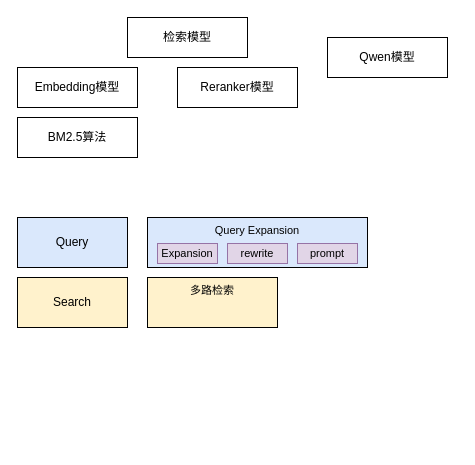
Earlier version of the draw.io diagram RAG.drawio (limpid-11/drawio). Source tidied: cells renumbered, new cells numbered last; positions are measured from the earlier drawing's top-left corner, leaving out a move shared by most shapes. Both pictures are drawn from the tidied source at 100%, with x=0, y=0 at pixel (17, 17).
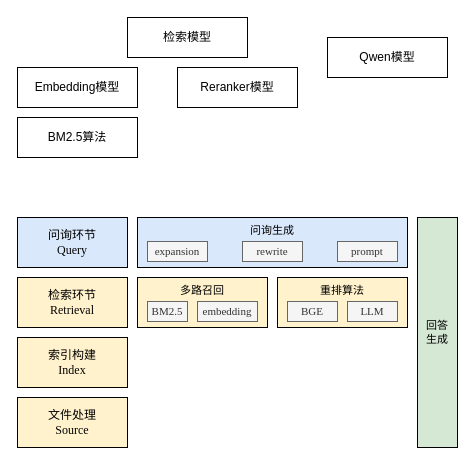
After the change.

The edit, as a diff of the source:
```diff
@@
-    <mxCell id="7" value="Query" style="rounded=0;whiteSpace=wrap;html=1;fillColor=#dae8fc;strokeColor=#000000;" parent="1" vertex="1">
+    <mxCell id="7" value="&lt;div&gt;&lt;font face=&quot;宋体&quot;&gt;问询环节&lt;/font&gt;&lt;/div&gt;Query" style="rounded=0;whiteSpace=wrap;html=1;fillColor=#dae8fc;strokeColor=#000000;fontFamily=Times New Roman;" parent="1" vertex="1">
       <mxGeometry y="200" width="110" height="50" as="geometry" />
     </mxCell>
-    <mxCell id="8" value="Query Expansion&lt;div style=&quot;font-size: 11px;&quot;&gt;&lt;br style=&quot;font-size: 11px;&quot;&gt;&lt;/div&gt;" style="rounded=0;whiteSpace=wrap;html=1;fillColor=#dae8fc;strokeColor=#000000;verticalAlign=top;fontSize=11;" parent="1" vertex="1">
-      <mxGeometry x="130" y="200" width="220" height="50" as="geometry" />
+    <mxCell id="8" value="&lt;div style=&quot;font-size: 11px;&quot;&gt;&lt;font face=&quot;宋体&quot;&gt;问询生成&lt;/font&gt;&lt;/div&gt;" style="rounded=0;whiteSpace=wrap;html=1;fillColor=#dae8fc;strokeColor=#000000;verticalAlign=top;fontSize=11;fontFamily=Times New Roman;" parent="1" vertex="1">
+      <mxGeometry x="120" y="200" width="270" height="50" as="geometry" />
     </mxCell>
-    <mxCell id="9" value="&lt;span style=&quot;font-size: 11px;&quot;&gt;Expansion&lt;/span&gt;" style="rounded=0;whiteSpace=wrap;html=1;fillColor=#e1d5e7;strokeColor=#9673A6;verticalAlign=middle;" parent="1" vertex="1">
-      <mxGeometry x="140" y="226" width="60" height="20" as="geometry" />
+    <mxCell id="9" value="&lt;span style=&quot;font-size: 11px;&quot;&gt;expansion&lt;/span&gt;" style="rounded=0;whiteSpace=wrap;html=1;verticalAlign=middle;fontFamily=Times New Roman;fillColor=#f5f5f5;strokeColor=#666666;strokeWidth=1;fontColor=#333333;" parent="1" vertex="1">
+      <mxGeometry x="130" y="224" width="60" height="20" as="geometry" />
     </mxCell>
-    <mxCell id="10" value="&lt;span style=&quot;font-size: 11px;&quot;&gt;rewrite&lt;/span&gt;" style="rounded=0;whiteSpace=wrap;html=1;fillColor=#e1d5e7;strokeColor=#9673A6;verticalAlign=middle;" parent="1" vertex="1">
-      <mxGeometry x="210" y="226" width="60" height="20" as="geometry" />
+    <mxCell id="10" value="&lt;span style=&quot;font-size: 11px;&quot;&gt;rewrite&lt;/span&gt;" style="rounded=0;whiteSpace=wrap;html=1;verticalAlign=middle;fontFamily=Times New Roman;fillColor=#f5f5f5;strokeColor=#666666;strokeWidth=1;fontColor=#333333;" parent="1" vertex="1">
+      <mxGeometry x="225" y="224" width="60" height="20" as="geometry" />
     </mxCell>
-    <mxCell id="11" value="&lt;span style=&quot;font-size: 11px;&quot;&gt;prompt&lt;/span&gt;" style="rounded=0;whiteSpace=wrap;html=1;fillColor=#e1d5e7;strokeColor=#9673A6;verticalAlign=middle;" parent="1" vertex="1">
-      <mxGeometry x="280" y="226" width="60" height="20" as="geometry" />
+    <mxCell id="11" value="&lt;span style=&quot;font-size: 11px;&quot;&gt;prompt&lt;/span&gt;" style="rounded=0;whiteSpace=wrap;html=1;verticalAlign=middle;fontFamily=Times New Roman;fillColor=#f5f5f5;strokeColor=#666666;strokeWidth=1;fontColor=#333333;" parent="1" vertex="1">
+      <mxGeometry x="320" y="224" width="60" height="20" as="geometry" />
     </mxCell>
-    <mxCell id="12" value="Search" style="rounded=0;whiteSpace=wrap;html=1;fillColor=#fff2cc;strokeColor=#000000;" parent="1" vertex="1">
+    <mxCell id="12" value="&lt;div&gt;&lt;font face=&quot;宋体&quot;&gt;检索环节&lt;/font&gt;&lt;/div&gt;Retrieval" style="rounded=0;whiteSpace=wrap;html=1;fillColor=#fff2cc;strokeColor=#000000;fontFamily=Times New Roman;" parent="1" vertex="1">
       <mxGeometry y="260" width="110" height="50" as="geometry" />
     </mxCell>
-    <mxCell id="13" value="&lt;div style=&quot;font-size: 11px;&quot;&gt;多路检索&lt;/div&gt;" style="rounded=0;whiteSpace=wrap;html=1;fillColor=#fff2cc;strokeColor=#000000;verticalAlign=top;fontSize=11;" parent="1" vertex="1">
-      <mxGeometry x="130" y="260" width="130" height="50" as="geometry" />
+    <mxCell id="13" value="&lt;div style=&quot;font-size: 11px;&quot;&gt;多路召回&lt;/div&gt;" style="rounded=0;whiteSpace=wrap;html=1;fillColor=#fff2cc;strokeColor=#000000;verticalAlign=top;fontSize=11;fontFamily=宋体;" parent="1" vertex="1">
+      <mxGeometry x="120" y="260" width="130" height="50" as="geometry" />
     </mxCell>
+    <mxCell id="14" value="&lt;span style=&quot;font-size: 11px;&quot;&gt;BM2.5&lt;/span&gt;" style="rounded=0;whiteSpace=wrap;html=1;verticalAlign=middle;fontFamily=Times New Roman;fillColor=#f5f5f5;strokeColor=#666666;strokeWidth=1;fontColor=#333333;" parent="1" vertex="1">
+      <mxGeometry x="130" y="284" width="40" height="20" as="geometry" />
+    </mxCell>
+    <mxCell id="15" value="&lt;span style=&quot;font-size: 11px;&quot;&gt;embedding&lt;/span&gt;" style="rounded=0;whiteSpace=wrap;html=1;verticalAlign=middle;fontFamily=Times New Roman;fillColor=#f5f5f5;strokeColor=#666666;strokeWidth=1;fontColor=#333333;" parent="1" vertex="1">
+      <mxGeometry x="180" y="284" width="60" height="20" as="geometry" />
+    </mxCell>
+    <mxCell id="16" value="&lt;div style=&quot;font-size: 11px;&quot;&gt;重排算法&lt;/div&gt;" style="rounded=0;whiteSpace=wrap;html=1;fillColor=#fff2cc;strokeColor=#000000;verticalAlign=top;fontSize=11;fontFamily=宋体;" parent="1" vertex="1">
+      <mxGeometry x="260" y="260" width="130" height="50" as="geometry" />
+    </mxCell>
+    <mxCell id="17" value="&lt;div style=&quot;font-size: 11px;&quot;&gt;回答&lt;/div&gt;&lt;div style=&quot;font-size: 11px;&quot;&gt;生成&lt;/div&gt;" style="rounded=0;whiteSpace=wrap;html=1;fillColor=#d5e8d4;strokeColor=#000000;verticalAlign=middle;fontSize=11;fontFamily=宋体;" parent="1" vertex="1">
+      <mxGeometry x="400" y="200" width="40" height="230" as="geometry" />
+    </mxCell>
+    <mxCell id="18" value="&lt;span style=&quot;font-size: 11px;&quot;&gt;BGE&lt;/span&gt;" style="rounded=0;whiteSpace=wrap;html=1;verticalAlign=middle;fontFamily=Times New Roman;fillColor=#f5f5f5;strokeColor=#666666;strokeWidth=1;fontColor=#333333;" parent="1" vertex="1">
+      <mxGeometry x="270" y="284" width="50" height="20" as="geometry" />
+    </mxCell>
+    <mxCell id="19" value="&lt;span style=&quot;font-size: 11px;&quot;&gt;LLM&lt;/span&gt;" style="rounded=0;whiteSpace=wrap;html=1;verticalAlign=middle;fontFamily=Times New Roman;fillColor=#f5f5f5;strokeColor=#666666;strokeWidth=1;fontColor=#333333;" parent="1" vertex="1">
+      <mxGeometry x="330" y="284" width="50" height="20" as="geometry" />
+    </mxCell>
+    <mxCell id="20" value="&lt;div&gt;&lt;font face=&quot;宋体&quot;&gt;索引构建&lt;/font&gt;&lt;/div&gt;Index" style="rounded=0;whiteSpace=wrap;html=1;fillColor=#fff2cc;strokeColor=#000000;fontFamily=Times New Roman;" parent="1" vertex="1">
+      <mxGeometry y="320" width="110" height="50" as="geometry" />
+    </mxCell>
+    <mxCell id="21" value="&lt;div&gt;&lt;font face=&quot;宋体&quot;&gt;文件处理&lt;/font&gt;&lt;/div&gt;Source" style="rounded=0;whiteSpace=wrap;html=1;fillColor=#fff2cc;strokeColor=#000000;fontFamily=Times New Roman;" parent="1" vertex="1">
+      <mxGeometry y="380" width="110" height="50" as="geometry" />
+    </mxCell>
```
